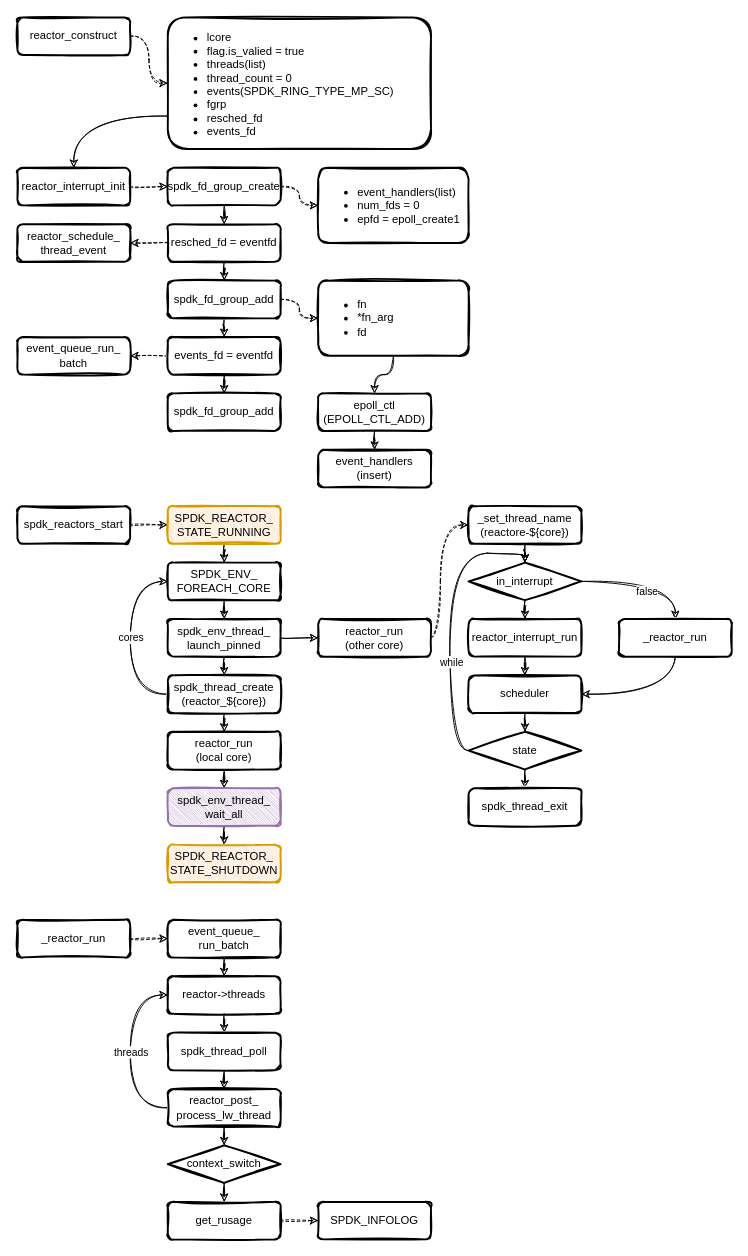
Earlier version of the draw.io diagram page "reactor" (2 of 5) of spdk/spdk.drawio (EarthWind/deeparch). Source tidied: cells renumbered, new cells numbered last; positions are measured from the earlier drawing's top-left corner, leaving out a move shared by most shapes. Both pictures are drawn from the tidied source at 94%, with x=0, y=0 at pixel (17, 17).
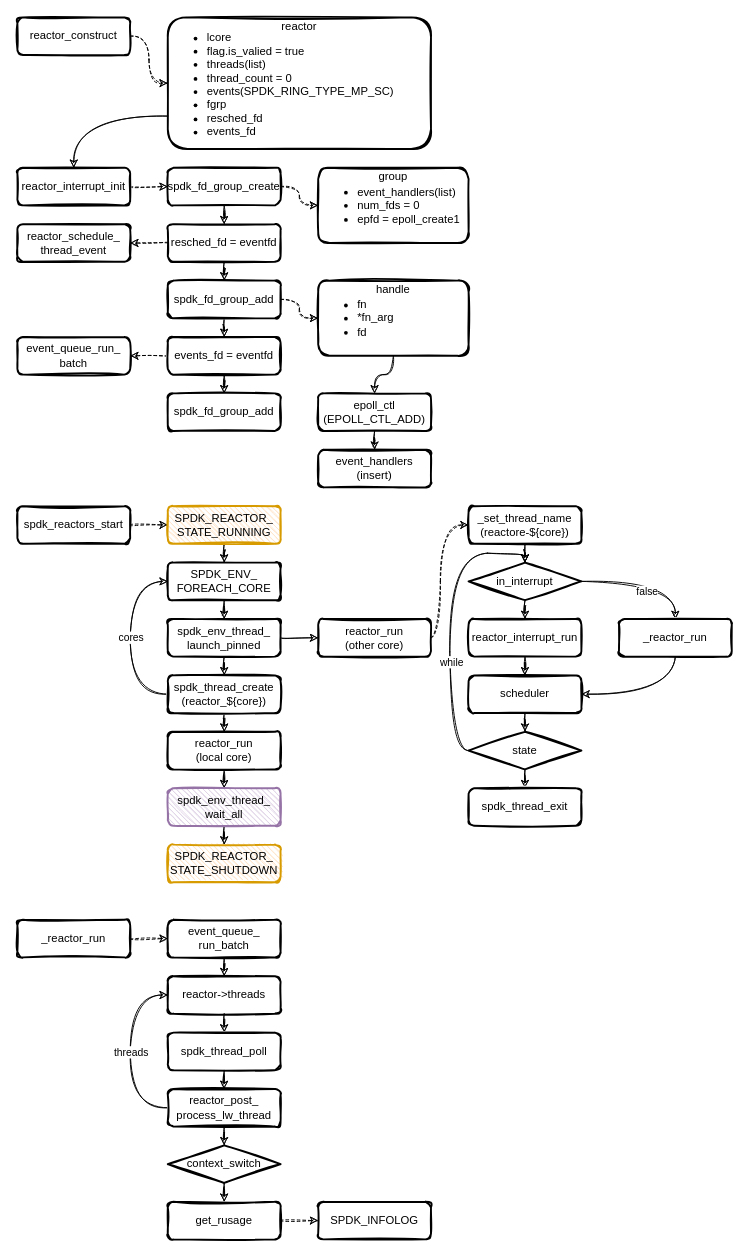
After the change.

What changed in the source:
```diff
@@
-    <mxCell id="35" value="SPDK_REACTOR_&lt;br&gt;STATE_RUNNING" style="rounded=1;whiteSpace=wrap;html=1;strokeWidth=2;fillWeight=1;hachureGap=2;hachureAngle=45;sketch=1;fillColor=#ffe6cc;strokeColor=#d79b00;" parent="1" vertex="1">
+    <mxCell id="35" value="SPDK_REACTOR_&lt;br&gt;STATE_RUNNING" style="rounded=1;whiteSpace=wrap;html=1;strokeWidth=2;fillWeight=1;hachureGap=4;hachureAngle=45;sketch=1;fillColor=#ffe6cc;strokeColor=#d79b00;" parent="1" vertex="1">
       <mxGeometry x="160" y="520" width="120" height="40" as="geometry" />
     </mxCell>
@@
-    <mxCell id="48" value="spdk_env_thread_&lt;br&gt;wait_all" style="rounded=1;whiteSpace=wrap;html=1;strokeWidth=2;fillWeight=1;hachureGap=2;hachureAngle=45;sketch=1;fillColor=#e1d5e7;strokeColor=#9673a6;" parent="1" vertex="1">
+    <mxCell id="48" value="spdk_env_thread_&lt;br&gt;wait_all" style="rounded=1;whiteSpace=wrap;html=1;strokeWidth=2;fillWeight=1;hachureGap=4;hachureAngle=45;sketch=1;fillColor=#e1d5e7;strokeColor=#9673a6;" parent="1" vertex="1">
       <mxGeometry x="160" y="820" width="120" height="40" as="geometry" />
     </mxCell>
-    <mxCell id="49" value="SPDK_REACTOR_&lt;br&gt;STATE_SHUTDOWN" style="rounded=1;whiteSpace=wrap;html=1;strokeWidth=2;fillWeight=1;hachureGap=2;hachureAngle=45;sketch=1;fillColor=#ffe6cc;strokeColor=#d79b00;" parent="1" vertex="1">
+    <mxCell id="49" value="SPDK_REACTOR_&lt;br&gt;STATE_SHUTDOWN" style="rounded=1;whiteSpace=wrap;html=1;strokeWidth=2;fillWeight=1;hachureGap=4;hachureAngle=45;sketch=1;fillColor=#ffe6cc;strokeColor=#d79b00;" parent="1" vertex="1">
       <mxGeometry x="160" y="880" width="120" height="40" as="geometry" />
     </mxCell>
@@
+    <mxCell id="86" value="reactor" style="text;html=1;strokeColor=none;fillColor=none;align=center;verticalAlign=middle;whiteSpace=wrap;overflow=hidden;fillWeight=1;hachureGap=2;fontSize=12;fontColor=#000000;" parent="1" vertex="1">
+      <mxGeometry x="260" width="80" height="20" as="geometry" />
+    </mxCell>
+    <mxCell id="87" value="group" style="text;html=1;strokeColor=none;fillColor=none;align=center;verticalAlign=middle;whiteSpace=wrap;overflow=hidden;fillWeight=1;hachureGap=2;fontSize=12;fontColor=#000000;" parent="1" vertex="1">
+      <mxGeometry x="360" y="160" width="80" height="20" as="geometry" />
+    </mxCell>
+    <mxCell id="88" value="handle" style="text;html=1;strokeColor=none;fillColor=none;align=center;verticalAlign=middle;whiteSpace=wrap;overflow=hidden;fillWeight=1;hachureGap=2;fontSize=12;fontColor=#000000;" parent="1" vertex="1">
+      <mxGeometry x="360" y="280" width="80" height="20" as="geometry" />
+    </mxCell>
```
